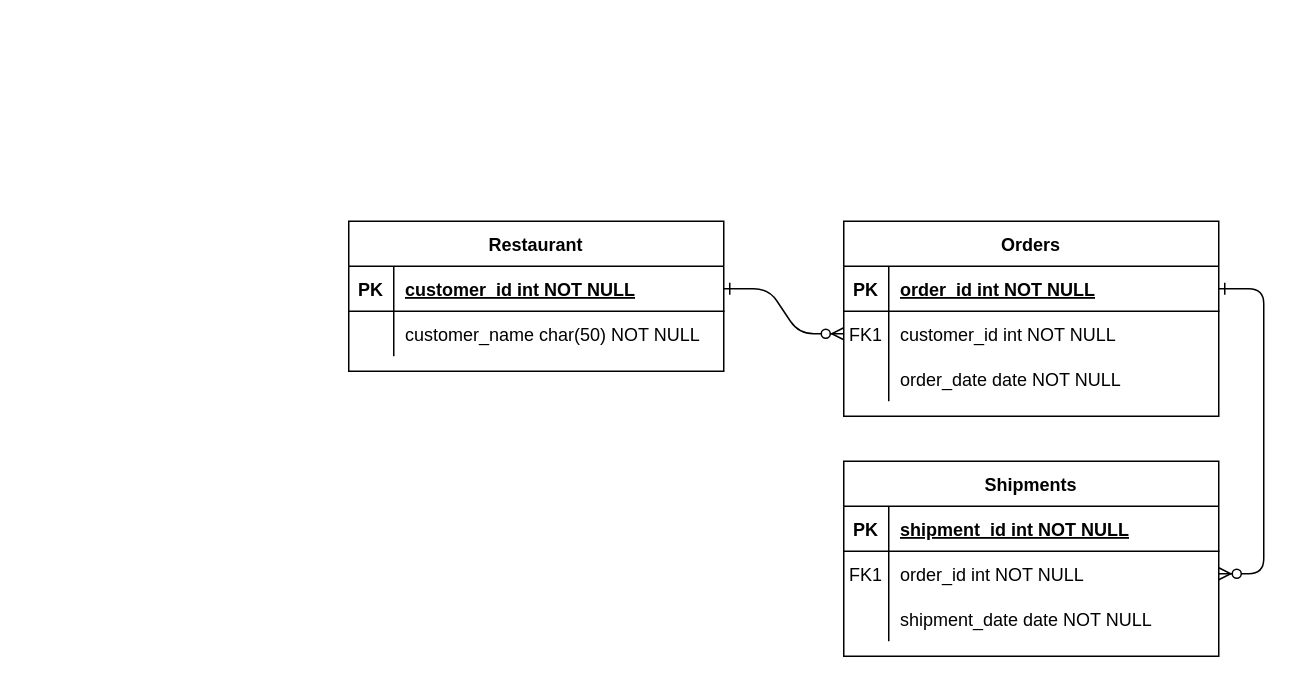
Before: 未命名绘图.drawio in MemoryWorld/myssh, a draw.io diagram. Source tidied: cells renumbered, new cells numbered last; positions are measured from the earlier drawing's top-left corner, leaving out a move shared by most shapes. Both pictures are drawn from the tidied source at 150%, with x=0, y=0 at pixel (348, 220).
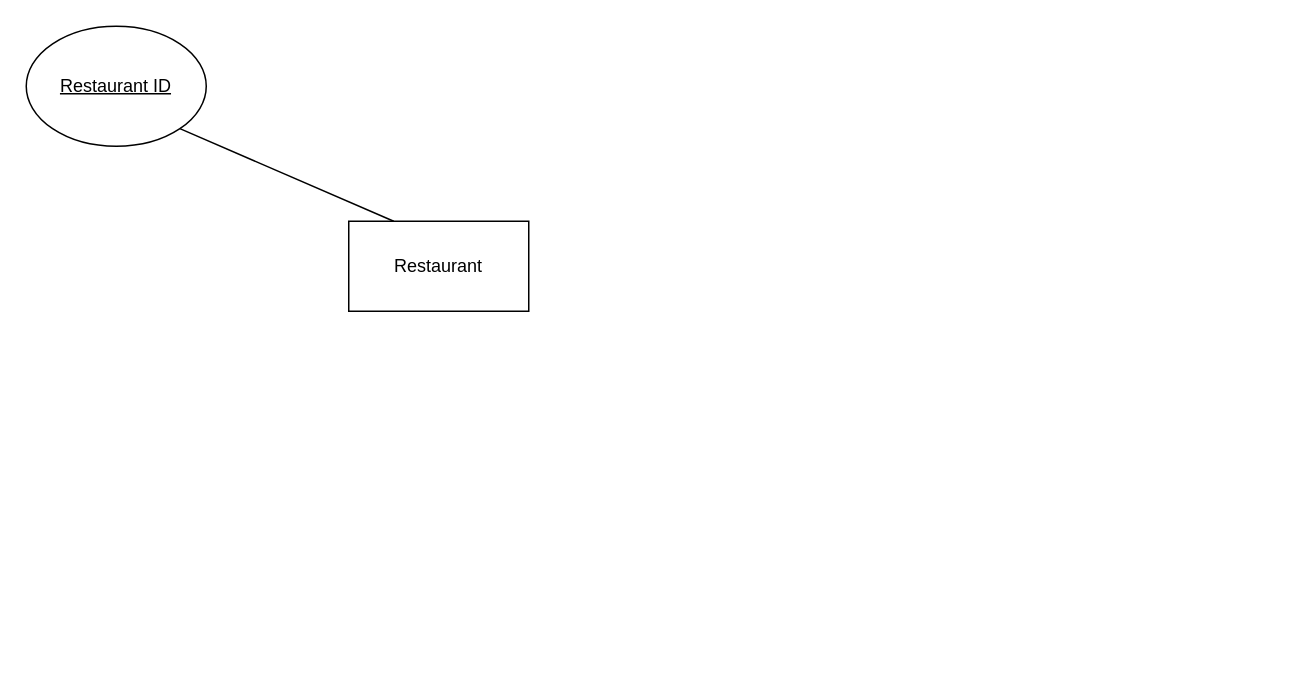
Above is the later version.

Change to the diagram source:
```diff
@@
-    <mxCell id="2" style="edgeStyle=entityRelationEdgeStyle;endArrow=ERzeroToMany;startArrow=ERone;endFill=1;startFill=0;" parent="1" edge="1" source="25" target="8">
-      <mxGeometry relative="1" as="geometry" />
-    </mxCell>
-    <mxCell id="3" style="edgeStyle=entityRelationEdgeStyle;endArrow=ERzeroToMany;startArrow=ERone;endFill=1;startFill=0;" parent="1" edge="1" source="5" target="18">
-      <mxGeometry relative="1" as="geometry" />
-    </mxCell>
-    <mxCell id="4" value="Orders" style="shape=table;startSize=30;childLayout=tableLayout;rowLines=0;fontStyle=1;align=center;" parent="1" vertex="1">
-      <mxGeometry x="330" width="250" height="130" as="geometry" />
-    </mxCell>
-    <mxCell id="5" style="shape=partialRectangle;fillColor=none;points=[[0,0.5],[1,0.5]];portConstraint=eastwest;top=0;left=0;right=0;bottom=1;" parent="4" vertex="1">
-      <mxGeometry y="30" width="250" height="30" as="geometry" />
-    </mxCell>
-    <mxCell id="6" value="PK" style="shape=partialRectangle;overflow=hidden;fillColor=none;top=0;left=0;bottom=0;right=0;fontStyle=1;" parent="5" vertex="1">
-      <mxGeometry width="30" height="30" as="geometry" />
-    </mxCell>
-    <mxCell id="7" value="order_id int NOT NULL " style="shape=partialRectangle;overflow=hidden;fillColor=none;top=0;left=0;bottom=0;right=0;align=left;spacingLeft=6;fontStyle=5;" parent="5" vertex="1">
-      <mxGeometry x="30" width="220" height="30" as="geometry" />
-    </mxCell>
-    <mxCell id="8" style="shape=partialRectangle;fillColor=none;points=[[0,0.5],[1,0.5]];portConstraint=eastwest;top=0;left=0;right=0;bottom=0;" parent="4" vertex="1">
-      <mxGeometry y="60" width="250" height="30" as="geometry" />
-    </mxCell>
-    <mxCell id="9" value="FK1" style="shape=partialRectangle;overflow=hidden;fillColor=none;top=0;left=0;bottom=0;right=0;" parent="8" vertex="1">
-      <mxGeometry width="30" height="30" as="geometry" />
-    </mxCell>
-    <mxCell id="10" value="customer_id int NOT NULL" style="shape=partialRectangle;overflow=hidden;fillColor=none;top=0;left=0;bottom=0;right=0;align=left;spacingLeft=6;" parent="8" vertex="1">
-      <mxGeometry x="30" width="220" height="30" as="geometry" />
-    </mxCell>
-    <mxCell id="11" style="shape=partialRectangle;fillColor=none;top=0;left=0;right=0;bottom=0;" parent="4" vertex="1">
-      <mxGeometry y="90" width="250" height="30" as="geometry" />
-    </mxCell>
-    <mxCell id="12" style="shape=partialRectangle;overflow=hidden;fillColor=none;top=0;left=0;bottom=0;right=0;" parent="11" vertex="1">
-      <mxGeometry width="30" height="30" as="geometry" />
-    </mxCell>
-    <mxCell id="13" value="order_date date NOT NULL" style="shape=partialRectangle;overflow=hidden;fillColor=none;top=0;left=0;bottom=0;right=0;align=left;spacingLeft=6;" parent="11" vertex="1">
-      <mxGeometry x="30" width="220" height="30" as="geometry" />
-    </mxCell>
-    <mxCell id="14" value="Shipments" style="shape=table;startSize=30;childLayout=tableLayout;rowLines=0;fontStyle=1;align=center;" parent="1" vertex="1">
-      <mxGeometry x="330" y="160" width="250" height="130" as="geometry" />
-    </mxCell>
-    <mxCell id="15" style="shape=partialRectangle;fillColor=none;top=0;left=0;right=0;bottom=1;" parent="14" vertex="1">
-      <mxGeometry y="30" width="250" height="30" as="geometry" />
-    </mxCell>
-    <mxCell id="16" value="PK" style="shape=partialRectangle;overflow=hidden;fillColor=none;top=0;left=0;bottom=0;right=0;fontStyle=1;" parent="15" vertex="1">
-      <mxGeometry width="30" height="30" as="geometry" />
-    </mxCell>
-    <mxCell id="17" value="shipment_id int NOT NULL " style="shape=partialRectangle;overflow=hidden;fillColor=none;top=0;left=0;bottom=0;right=0;align=left;spacingLeft=6;fontStyle=5;" parent="15" vertex="1">
-      <mxGeometry x="30" width="220" height="30" as="geometry" />
-    </mxCell>
-    <mxCell id="18" style="shape=partialRectangle;fillColor=none;points=[[0,0.5],[1,0.5]];portConstraint=eastwest;top=0;left=0;right=0;bottom=0;" parent="14" vertex="1">
-      <mxGeometry y="60" width="250" height="30" as="geometry" />
-    </mxCell>
-    <mxCell id="19" value="FK1" style="shape=partialRectangle;overflow=hidden;fillColor=none;top=0;left=0;bottom=0;right=0;" parent="18" vertex="1">
-      <mxGeometry width="30" height="30" as="geometry" />
-    </mxCell>
-    <mxCell id="20" value="order_id int NOT NULL" style="shape=partialRectangle;overflow=hidden;fillColor=none;top=0;left=0;bottom=0;right=0;align=left;spacingLeft=6;" parent="18" vertex="1">
-      <mxGeometry x="30" width="220" height="30" as="geometry" />
-    </mxCell>
-    <mxCell id="21" style="shape=partialRectangle;fillColor=none;top=0;left=0;right=0;bottom=0;" parent="14" vertex="1">
-      <mxGeometry y="90" width="250" height="30" as="geometry" />
-    </mxCell>
-    <mxCell id="22" style="shape=partialRectangle;overflow=hidden;fillColor=none;top=0;left=0;bottom=0;right=0;" parent="21" vertex="1">
-      <mxGeometry width="30" height="30" as="geometry" />
-    </mxCell>
-    <mxCell id="23" value="shipment_date date NOT NULL" style="shape=partialRectangle;overflow=hidden;fillColor=none;top=0;left=0;bottom=0;right=0;align=left;spacingLeft=6;" parent="21" vertex="1">
-      <mxGeometry x="30" width="220" height="30" as="geometry" />
-    </mxCell>
-    <mxCell id="24" value="Restaurant" style="shape=table;startSize=30;childLayout=tableLayout;rowLines=0;fontStyle=1;align=center;" parent="1" vertex="1">
-      <mxGeometry width="250" height="100" as="geometry" />
+    <mxCell id="24" value="Restaurant" style="rounded=0;whiteSpace=wrap;html=1;shadow=0;" parent="1" vertex="1">
+      <mxGeometry width="120" height="60" as="geometry" />
     </mxCell>
-    <mxCell id="25" style="shape=partialRectangle;fillColor=none;points=[[0,0.5],[1,0.5]];portConstraint=eastwest;top=0;left=0;right=0;bottom=1;" parent="24" vertex="1">
-      <mxGeometry y="30" width="250" height="30" as="geometry" />
-    </mxCell>
-    <mxCell id="26" value="PK" style="shape=partialRectangle;overflow=hidden;fillColor=none;top=0;left=0;bottom=0;right=0;fontStyle=1;" parent="25" vertex="1">
-      <mxGeometry width="30" height="30" as="geometry" />
-    </mxCell>
-    <mxCell id="27" value="customer_id int NOT NULL " style="shape=partialRectangle;overflow=hidden;fillColor=none;top=0;left=0;bottom=0;right=0;align=left;spacingLeft=6;fontStyle=5;" parent="25" vertex="1">
-      <mxGeometry x="30" width="220" height="30" as="geometry" />
-    </mxCell>
-    <mxCell id="28" style="shape=partialRectangle;fillColor=none;top=0;left=0;right=0;bottom=0;" parent="24" vertex="1">
-      <mxGeometry y="60" width="250" height="30" as="geometry" />
-    </mxCell>
-    <mxCell id="29" style="shape=partialRectangle;overflow=hidden;fillColor=none;top=0;left=0;bottom=0;right=0;" parent="28" vertex="1">
-      <mxGeometry width="30" height="30" as="geometry" />
-    </mxCell>
-    <mxCell id="30" value="customer_name char(50) NOT NULL" style="shape=partialRectangle;overflow=hidden;fillColor=none;top=0;left=0;bottom=0;right=0;align=left;spacingLeft=6;" parent="28" vertex="1">
-      <mxGeometry x="30" width="220" height="30" as="geometry" />
-    </mxCell>
+    <mxCell id="31" style="edgeStyle=none;rounded=0;jettySize=auto;html=1;exitX=1;exitY=1;exitDx=0;exitDy=0;entryX=0.25;entryY=0;entryDx=0;entryDy=0;endArrow=none;startFill=0;" parent="1" edge="1" source="32" target="24">
+      <mxGeometry relative="1" as="geometry" />
+    </mxCell>
+    <mxCell id="32" value="Restaurant ID" style="ellipse;whiteSpace=wrap;html=1;fontStyle=4;" parent="1" vertex="1">
+      <mxGeometry x="-215" y="-130" width="120" height="80" as="geometry" />
+    </mxCell>
```
